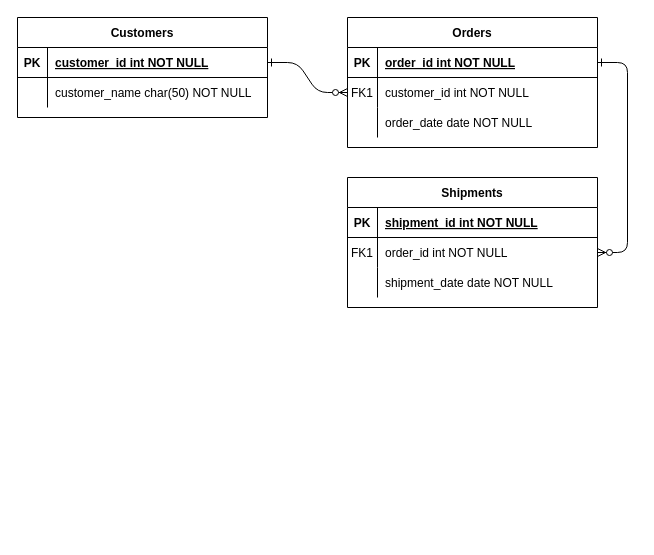
Earlier version of the draw.io diagram Untitled Diagram.drawio (Tiffani-Watson/database-exercises). Source tidied: cells renumbered, new cells numbered last; positions are measured from the earlier drawing's top-left corner, leaving out a move shared by most shapes. Both pictures are drawn from the tidied source at 100%, with x=0, y=0 at pixel (17, 17).
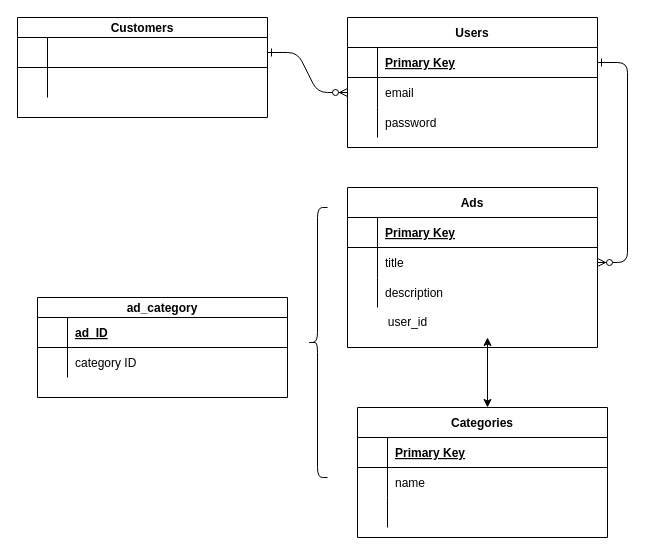
The same diagram, later.

Unchanged cells that the change refers to:
```xml
<mxCell id="5" style="shape=partialRectangle;fillColor=none;points=[[0,0.5],[1,0.5]];portConstraint=eastwest;top=0;left=0;right=0;bottom=1;" parent="4" vertex="1">
  <mxGeometry y="30" width="250" height="30" as="geometry" />
</mxCell>
<mxCell id="8" style="shape=partialRectangle;fillColor=none;points=[[0,0.5],[1,0.5]];portConstraint=eastwest;top=0;left=0;right=0;bottom=0;" parent="4" vertex="1">
  <mxGeometry y="60" width="250" height="30" as="geometry" />
</mxCell>
<mxCell id="11" style="shape=partialRectangle;fillColor=none;top=0;left=0;right=0;bottom=0;" parent="4" vertex="1">
  <mxGeometry y="90" width="250" height="30" as="geometry" />
</mxCell>
<mxCell id="15" style="shape=partialRectangle;fillColor=none;top=0;left=0;right=0;bottom=1;" parent="14" vertex="1">
  <mxGeometry y="30" width="250" height="30" as="geometry" />
</mxCell>
<mxCell id="18" style="shape=partialRectangle;fillColor=none;points=[[0,0.5],[1,0.5]];portConstraint=eastwest;top=0;left=0;right=0;bottom=0;" parent="14" vertex="1">
  <mxGeometry y="60" width="250" height="30" as="geometry" />
</mxCell>
<mxCell id="21" style="shape=partialRectangle;fillColor=none;top=0;left=0;right=0;bottom=0;" parent="14" vertex="1">
  <mxGeometry y="90" width="250" height="30" as="geometry" />
</mxCell>
```

Diff of the diagram source:
```diff
@@
-    <mxCell id="4" value="Orders" style="shape=table;startSize=30;childLayout=tableLayout;rowLines=0;fontStyle=1;align=center;" parent="1" vertex="1">
+    <mxCell id="4" value="Users" style="shape=table;startSize=30;childLayout=tableLayout;rowLines=0;fontStyle=1;align=center;" parent="1" vertex="1">
       <mxGeometry x="330" width="250" height="130" as="geometry" />
     </mxCell>
@@
-    <mxCell id="6" value="PK" style="shape=partialRectangle;overflow=hidden;fillColor=none;top=0;left=0;bottom=0;right=0;fontStyle=1;" parent="5" vertex="1">
+    <mxCell id="6" style="shape=partialRectangle;overflow=hidden;fillColor=none;top=0;left=0;bottom=0;right=0;fontStyle=1;" parent="5" vertex="1">
       <mxGeometry width="30" height="30" as="geometry" />
     </mxCell>
-    <mxCell id="7" value="order_id int NOT NULL " style="shape=partialRectangle;overflow=hidden;fillColor=none;top=0;left=0;bottom=0;right=0;align=left;spacingLeft=6;fontStyle=5;" parent="5" vertex="1">
+    <mxCell id="7" value="Primary Key" style="shape=partialRectangle;overflow=hidden;fillColor=none;top=0;left=0;bottom=0;right=0;align=left;spacingLeft=6;fontStyle=5;" parent="5" vertex="1">
       <mxGeometry x="30" width="220" height="30" as="geometry" />
     </mxCell>
@@
-    <mxCell id="9" value="FK1" style="shape=partialRectangle;overflow=hidden;fillColor=none;top=0;left=0;bottom=0;right=0;" parent="8" vertex="1">
+    <mxCell id="9" style="shape=partialRectangle;overflow=hidden;fillColor=none;top=0;left=0;bottom=0;right=0;" parent="8" vertex="1">
       <mxGeometry width="30" height="30" as="geometry" />
     </mxCell>
-    <mxCell id="10" value="customer_id int NOT NULL" style="shape=partialRectangle;overflow=hidden;fillColor=none;top=0;left=0;bottom=0;right=0;align=left;spacingLeft=6;" parent="8" vertex="1">
+    <mxCell id="10" value="email" style="shape=partialRectangle;overflow=hidden;fillColor=none;top=0;left=0;bottom=0;right=0;align=left;spacingLeft=6;" parent="8" vertex="1">
       <mxGeometry x="30" width="220" height="30" as="geometry" />
     </mxCell>
@@
-    <mxCell id="13" value="order_date date NOT NULL" style="shape=partialRectangle;overflow=hidden;fillColor=none;top=0;left=0;bottom=0;right=0;align=left;spacingLeft=6;" parent="11" vertex="1">
+    <mxCell id="13" value="password" style="shape=partialRectangle;overflow=hidden;fillColor=none;top=0;left=0;bottom=0;right=0;align=left;spacingLeft=6;" parent="11" vertex="1">
       <mxGeometry x="30" width="220" height="30" as="geometry" />
     </mxCell>
-    <mxCell id="14" value="Shipments" style="shape=table;startSize=30;childLayout=tableLayout;rowLines=0;fontStyle=1;align=center;" parent="1" vertex="1">
-      <mxGeometry x="330" y="160" width="250" height="130" as="geometry" />
+    <mxCell id="14" value="Ads" style="shape=table;startSize=30;childLayout=tableLayout;rowLines=0;fontStyle=1;align=center;" parent="1" vertex="1">
+      <mxGeometry x="330" y="170" width="250" height="160" as="geometry" />
     </mxCell>
@@
-    <mxCell id="16" value="PK" style="shape=partialRectangle;overflow=hidden;fillColor=none;top=0;left=0;bottom=0;right=0;fontStyle=1;" parent="15" vertex="1">
+    <mxCell id="16" style="shape=partialRectangle;overflow=hidden;fillColor=none;top=0;left=0;bottom=0;right=0;fontStyle=1;" parent="15" vertex="1">
       <mxGeometry width="30" height="30" as="geometry" />
     </mxCell>
-    <mxCell id="17" value="shipment_id int NOT NULL " style="shape=partialRectangle;overflow=hidden;fillColor=none;top=0;left=0;bottom=0;right=0;align=left;spacingLeft=6;fontStyle=5;" parent="15" vertex="1">
+    <mxCell id="17" value="Primary Key" style="shape=partialRectangle;overflow=hidden;fillColor=none;top=0;left=0;bottom=0;right=0;align=left;spacingLeft=6;fontStyle=5;" parent="15" vertex="1">
       <mxGeometry x="30" width="220" height="30" as="geometry" />
     </mxCell>
@@
-    <mxCell id="19" value="FK1" style="shape=partialRectangle;overflow=hidden;fillColor=none;top=0;left=0;bottom=0;right=0;" parent="18" vertex="1">
+    <mxCell id="19" style="shape=partialRectangle;overflow=hidden;fillColor=none;top=0;left=0;bottom=0;right=0;" parent="18" vertex="1">
       <mxGeometry width="30" height="30" as="geometry" />
     </mxCell>
-    <mxCell id="20" value="order_id int NOT NULL" style="shape=partialRectangle;overflow=hidden;fillColor=none;top=0;left=0;bottom=0;right=0;align=left;spacingLeft=6;" parent="18" vertex="1">
+    <mxCell id="20" value="title" style="shape=partialRectangle;overflow=hidden;fillColor=none;top=0;left=0;bottom=0;right=0;align=left;spacingLeft=6;" parent="18" vertex="1">
       <mxGeometry x="30" width="220" height="30" as="geometry" />
     </mxCell>
@@
-    <mxCell id="23" value="shipment_date date NOT NULL" style="shape=partialRectangle;overflow=hidden;fillColor=none;top=0;left=0;bottom=0;right=0;align=left;spacingLeft=6;" parent="21" vertex="1">
+    <mxCell id="23" value="description" style="shape=partialRectangle;overflow=hidden;fillColor=none;top=0;left=0;bottom=0;right=0;align=left;spacingLeft=6;" parent="21" vertex="1">
       <mxGeometry x="30" width="220" height="30" as="geometry" />
     </mxCell>
-    <mxCell id="24" value="Customers" style="shape=table;startSize=30;childLayout=tableLayout;rowLines=0;fontStyle=1;align=center;" parent="1" vertex="1">
+    <mxCell id="24" value="Customers" style="shape=table;startSize=20;childLayout=tableLayout;rowLines=0;fontStyle=1;align=center;" parent="1" vertex="1">
       <mxGeometry width="250" height="100" as="geometry" />
     </mxCell>
     <mxCell id="25" style="shape=partialRectangle;fillColor=none;points=[[0,0.5],[1,0.5]];portConstraint=eastwest;top=0;left=0;right=0;bottom=1;" parent="24" vertex="1">
-      <mxGeometry y="30" width="250" height="30" as="geometry" />
+      <mxGeometry y="20" width="250" height="30" as="geometry" />
     </mxCell>
-    <mxCell id="26" value="PK" style="shape=partialRectangle;overflow=hidden;fillColor=none;top=0;left=0;bottom=0;right=0;fontStyle=1;" parent="25" vertex="1">
+    <mxCell id="26" style="shape=partialRectangle;overflow=hidden;fillColor=none;top=0;left=0;bottom=0;right=0;fontStyle=1;" parent="25" vertex="1">
       <mxGeometry width="30" height="30" as="geometry" />
     </mxCell>
-    <mxCell id="27" value="customer_id int NOT NULL " style="shape=partialRectangle;overflow=hidden;fillColor=none;top=0;left=0;bottom=0;right=0;align=left;spacingLeft=6;fontStyle=5;" parent="25" vertex="1">
+    <mxCell id="27" style="shape=partialRectangle;overflow=hidden;fillColor=none;top=0;left=0;bottom=0;right=0;align=left;spacingLeft=6;fontStyle=5;" parent="25" vertex="1">
       <mxGeometry x="30" width="220" height="30" as="geometry" />
     </mxCell>
     <mxCell id="28" style="shape=partialRectangle;fillColor=none;top=0;left=0;right=0;bottom=0;" parent="24" vertex="1">
-      <mxGeometry y="60" width="250" height="30" as="geometry" />
+      <mxGeometry y="50" width="250" height="30" as="geometry" />
     </mxCell>
@@
-    <mxCell id="30" value="customer_name char(50) NOT NULL" style="shape=partialRectangle;overflow=hidden;fillColor=none;top=0;left=0;bottom=0;right=0;align=left;spacingLeft=6;" parent="28" vertex="1">
+    <mxCell id="30" style="shape=partialRectangle;overflow=hidden;fillColor=none;top=0;left=0;bottom=0;right=0;align=left;spacingLeft=6;" parent="28" vertex="1">
       <mxGeometry x="30" width="220" height="30" as="geometry" />
     </mxCell>
+    <mxCell id="31" value="Categories" style="shape=table;startSize=30;childLayout=tableLayout;rowLines=0;fontStyle=1;align=center;" parent="1" vertex="1">
+      <mxGeometry x="340" y="390" width="250" height="130" as="geometry" />
+    </mxCell>
+    <mxCell id="32" style="shape=partialRectangle;fillColor=none;top=0;left=0;right=0;bottom=1;" parent="31" vertex="1">
+      <mxGeometry y="30" width="250" height="30" as="geometry" />
+    </mxCell>
+    <mxCell id="33" style="shape=partialRectangle;overflow=hidden;fillColor=none;top=0;left=0;bottom=0;right=0;fontStyle=1;" parent="32" vertex="1">
+      <mxGeometry width="30" height="30" as="geometry" />
+    </mxCell>
+    <mxCell id="34" value="Primary Key" style="shape=partialRectangle;overflow=hidden;fillColor=none;top=0;left=0;bottom=0;right=0;align=left;spacingLeft=6;fontStyle=5;" parent="32" vertex="1">
+      <mxGeometry x="30" width="220" height="30" as="geometry" />
+    </mxCell>
+    <mxCell id="35" style="shape=partialRectangle;fillColor=none;top=0;left=0;right=0;bottom=0;" parent="31" vertex="1">
+      <mxGeometry y="60" width="250" height="30" as="geometry" />
+    </mxCell>
+    <mxCell id="36" style="shape=partialRectangle;overflow=hidden;fillColor=none;top=0;left=0;bottom=0;right=0;" parent="35" vertex="1">
+      <mxGeometry width="30" height="30" as="geometry" />
+    </mxCell>
+    <mxCell id="37" value="name" style="shape=partialRectangle;overflow=hidden;fillColor=none;top=0;left=0;bottom=0;right=0;align=left;spacingLeft=6;" parent="35" vertex="1">
+      <mxGeometry x="30" width="220" height="30" as="geometry" />
+    </mxCell>
+    <mxCell id="38" style="shape=partialRectangle;fillColor=none;top=0;left=0;right=0;bottom=0;" parent="31" vertex="1">
+      <mxGeometry y="90" width="250" height="30" as="geometry" />
+    </mxCell>
+    <mxCell id="39" style="shape=partialRectangle;overflow=hidden;fillColor=none;top=0;left=0;bottom=0;right=0;" parent="38" vertex="1">
+      <mxGeometry width="30" height="30" as="geometry" />
+    </mxCell>
+    <mxCell id="40" style="shape=partialRectangle;overflow=hidden;fillColor=none;top=0;left=0;bottom=0;right=0;align=left;spacingLeft=6;" parent="38" vertex="1">
+      <mxGeometry x="30" width="220" height="30" as="geometry" />
+    </mxCell>
+    <mxCell id="41" value="ad_category" style="shape=table;startSize=20;childLayout=tableLayout;rowLines=0;fontStyle=1;align=center;" parent="1" vertex="1">
+      <mxGeometry x="20" y="280" width="250" height="100" as="geometry" />
+    </mxCell>
+    <mxCell id="42" style="shape=partialRectangle;fillColor=none;top=0;left=0;right=0;bottom=1;" parent="41" vertex="1">
+      <mxGeometry y="20" width="250" height="30" as="geometry" />
+    </mxCell>
+    <mxCell id="43" style="shape=partialRectangle;overflow=hidden;fillColor=none;top=0;left=0;bottom=0;right=0;fontStyle=1;" parent="42" vertex="1">
+      <mxGeometry width="30" height="30" as="geometry" />
+    </mxCell>
+    <mxCell id="44" value="ad_ID" style="shape=partialRectangle;overflow=hidden;fillColor=none;top=0;left=0;bottom=0;right=0;align=left;spacingLeft=6;fontStyle=5;" parent="42" vertex="1">
+      <mxGeometry x="30" width="220" height="30" as="geometry" />
+    </mxCell>
+    <mxCell id="45" style="shape=partialRectangle;fillColor=none;top=0;left=0;right=0;bottom=0;" parent="41" vertex="1">
+      <mxGeometry y="50" width="250" height="30" as="geometry" />
+    </mxCell>
+    <mxCell id="46" style="shape=partialRectangle;overflow=hidden;fillColor=none;top=0;left=0;bottom=0;right=0;" parent="45" vertex="1">
+      <mxGeometry width="30" height="30" as="geometry" />
+    </mxCell>
+    <mxCell id="47" value="category ID" style="shape=partialRectangle;overflow=hidden;fillColor=none;top=0;left=0;bottom=0;right=0;align=left;spacingLeft=6;" parent="45" vertex="1">
+      <mxGeometry x="30" width="220" height="30" as="geometry" />
+    </mxCell>
+    <mxCell id="48" style="endArrow=classic;startArrow=classic;html=1;rounded=0;" parent="1" edge="1">
+      <mxGeometry relative="1" as="geometry">
+        <mxPoint x="470" y="390" as="sourcePoint" />
+        <mxPoint x="470" y="320" as="targetPoint" />
+        <Array as="points">
+          <mxPoint x="470" y="390" />
+        </Array>
+      </mxGeometry>
+    </mxCell>
+    <mxCell id="49" style="shape=curlyBracket;whiteSpace=wrap;html=1;rounded=1;labelPosition=left;verticalLabelPosition=middle;align=right;verticalAlign=middle;size=0.5;" parent="1" vertex="1">
+      <mxGeometry x="290" y="190" width="20" height="270" as="geometry" />
+    </mxCell>
+    <mxCell id="50" value="user_id" style="text;html=1;align=center;verticalAlign=middle;strokeColor=none;fillColor=none;" parent="1" vertex="1">
+      <mxGeometry x="360" y="290" width="60" height="30" as="geometry" />
+    </mxCell>
```
